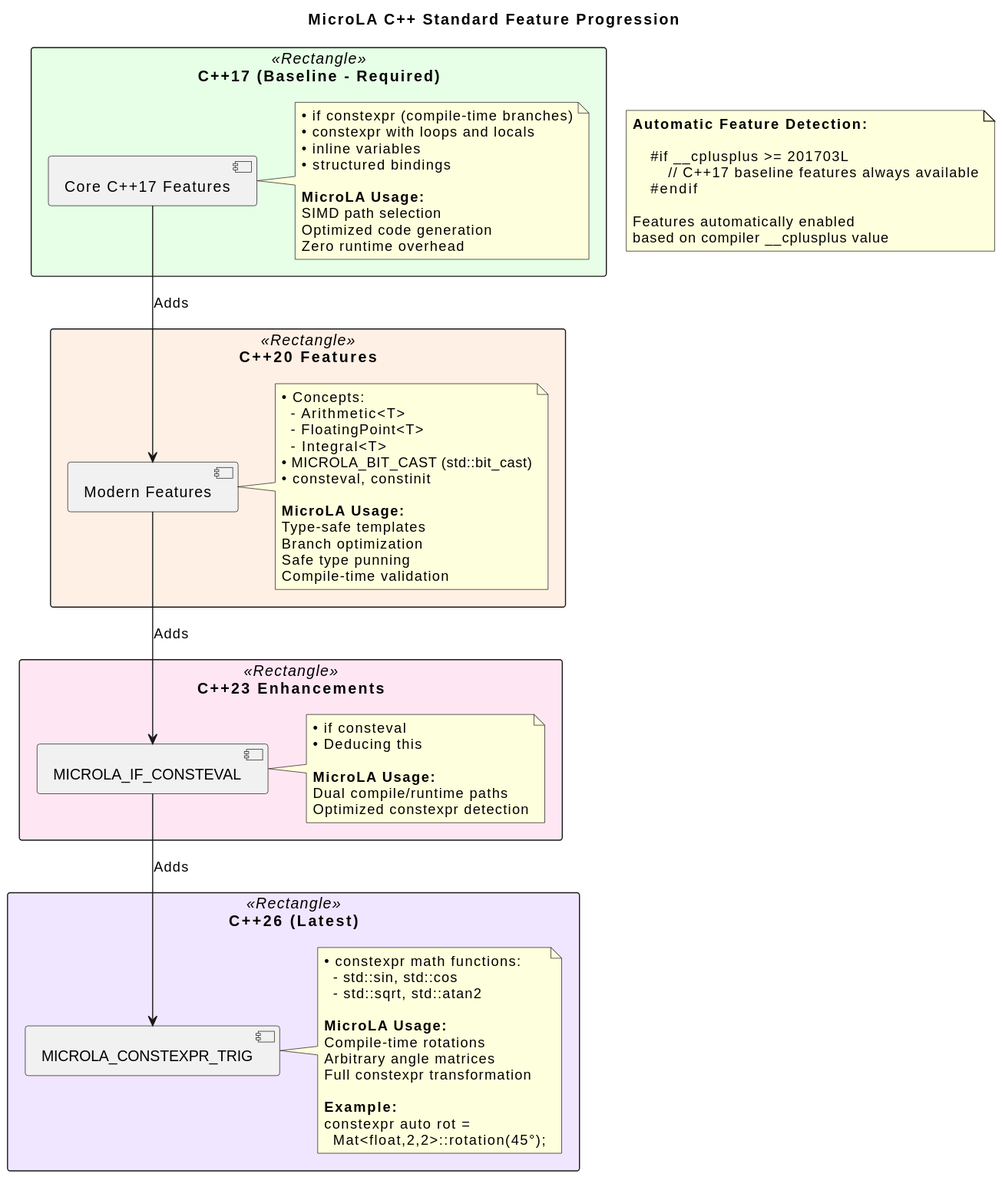
Above: design/diagrams/cpp_standard_features.svg in jwbmwv/microLA (PlantUML), before the change.
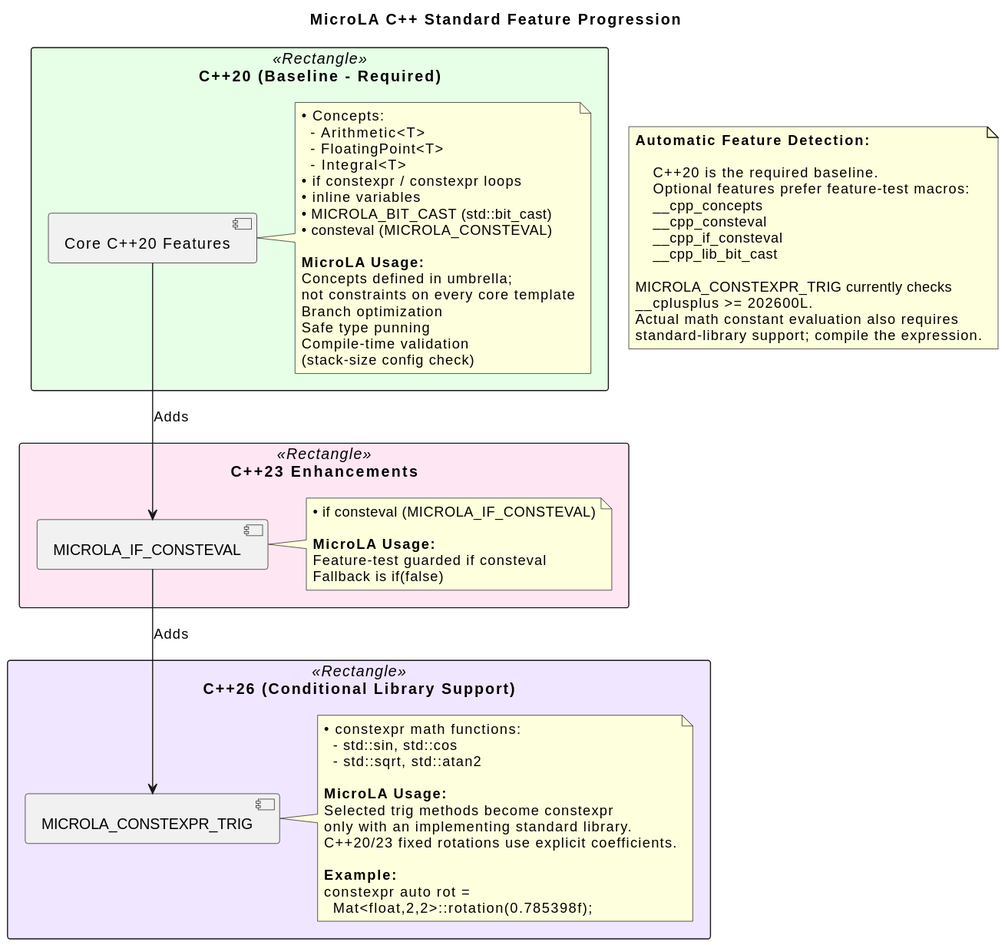
The same file after the commit.

Diff of the diagram source:
```diff
@@ -3,52 +3,40 @@
 
 skinparam packageStyle rectangle
 
-package "C++17 (Baseline - Required)" <<Rectangle>> #E6FFE6 {
-    component "Core C++17 Features" as cpp17
-    note right of cpp17
-        • if constexpr (compile-time branches)
-        • constexpr with loops and locals
-        • inline variables
-        • structured bindings
-
-        **MicroLA Usage:**
-        SIMD path selection
-        Optimized code generation
-        Zero runtime overhead
-    end note
-}
-
-package "C++20 Features" <<Rectangle>> #FFF0E6 {
-    component "Modern Features" as cpp20
+package "C++20 (Baseline - Required)" <<Rectangle>> #E6FFE6 {
+    component "Core C++20 Features" as cpp20
     note right of cpp20
         • Concepts:
           - Arithmetic<T>
           - FloatingPoint<T>
           - Integral<T>
+        • if constexpr / constexpr loops
+        • inline variables
         • MICROLA_BIT_CAST (std::bit_cast)
-        • consteval, constinit
+        • consteval (MICROLA_CONSTEVAL)
 
         **MicroLA Usage:**
-        Type-safe templates
+        Concepts defined in umbrella;
+        not constraints on every core template
         Branch optimization
         Safe type punning
         Compile-time validation
+        (stack-size config check)
     end note
 }
 
 package "C++23 Enhancements" <<Rectangle>> #FFE6F3 {
     component "MICROLA_IF_CONSTEVAL" as cpp23
     note right of cpp23
-        • if consteval
-        • Deducing this
+        • if consteval (MICROLA_IF_CONSTEVAL)
 
         **MicroLA Usage:**
-        Dual compile/runtime paths
-        Optimized constexpr detection
+        Feature-test guarded if consteval
+        Fallback is if(false)
     end note
 }
 
-package "C++26 (Latest)" <<Rectangle>> #F0E6FF {
+package "C++26 (Conditional Library Support)" <<Rectangle>> #F0E6FF {
     component "MICROLA_CONSTEXPR_TRIG" as cpp26
     note right of cpp26
         • constexpr math functions:
@@ -56,28 +44,32 @@
           - std::sqrt, std::atan2
 
         **MicroLA Usage:**
-        Compile-time rotations
-        Arbitrary angle matrices
-        Full constexpr transformation
+        Selected trig methods become constexpr
+        only with an implementing standard library.
+        C++20/23 fixed rotations use explicit coefficients.
 
         **Example:**
         constexpr auto rot =
-          Mat<float,2,2>::rotation(45°);
+          Mat<float,2,2>::rotation(0.785398f);
     end note
 }
 
-cpp17 -down-> cpp20 : Adds
 cpp20 -down-> cpp23 : Adds
 cpp23 -down-> cpp26 : Adds
 
 note as FeatureDetection
     **Automatic Feature Detection:**
 
-        #if __cplusplus >= 201703L
-            // C++17 baseline features always available
-        #endif
+        C++20 is the required baseline.
+        Optional features prefer feature-test macros:
+        __cpp_concepts
+        __cpp_consteval
+        __cpp_if_consteval
+        __cpp_lib_bit_cast
 
-    Features automatically enabled
-    based on compiler __cplusplus value
+    MICROLA_CONSTEXPR_TRIG currently checks
+    __cplusplus >= 202600L.
+    Actual math constant evaluation also requires
+    standard-library support; compile the expression.
 end note
 @enduml
```
